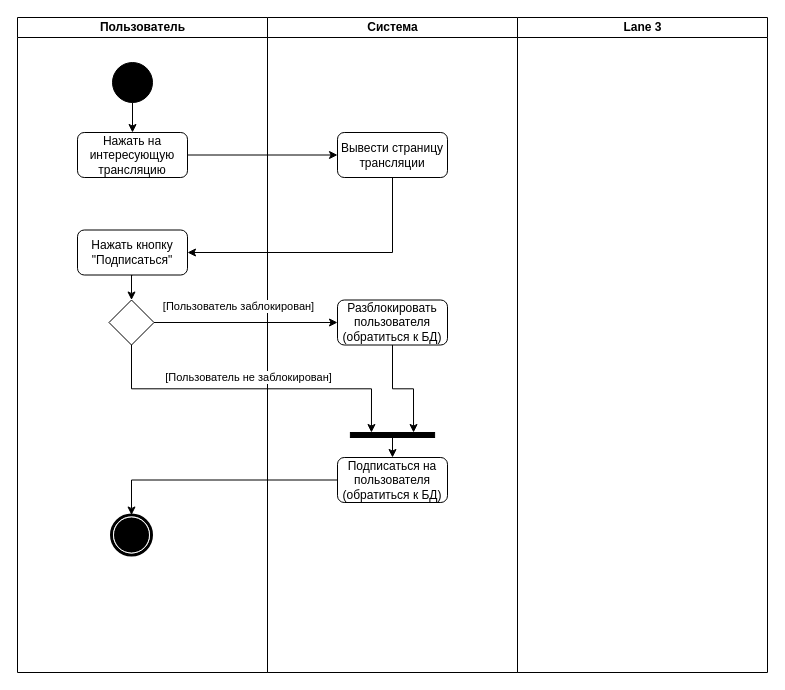
Before: page "Копия Page-1" (2 of 2) of Курсовая Работа/Архитектура/Диаграмма деятельности.drawio in FaceMan01/Homework, a draw.io diagram. Source tidied: cells renumbered, new cells numbered last; positions are measured from the earlier drawing's top-left corner, leaving out a move shared by most shapes. Both pictures are drawn from the tidied source at 100%, with x=0, y=0 at pixel (17, 17).
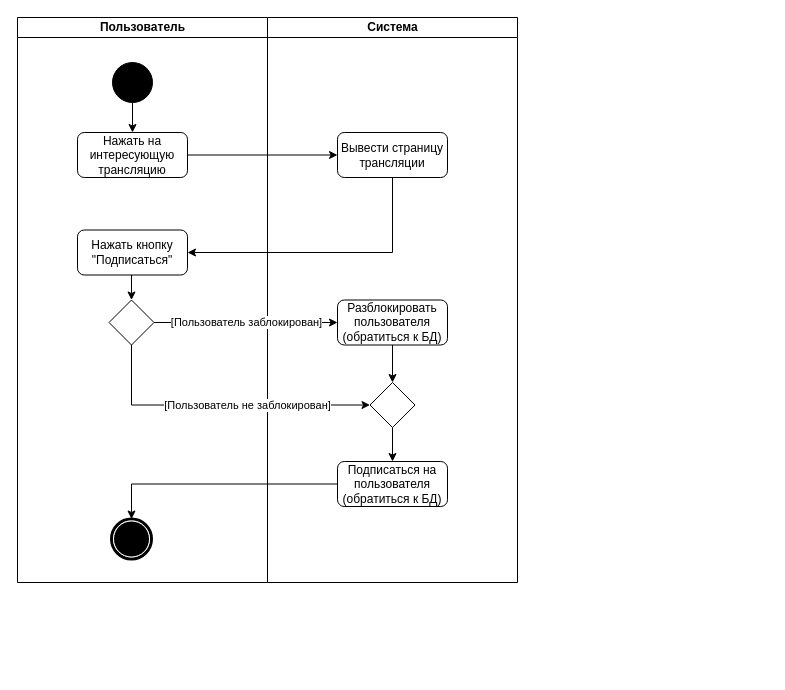
The same page after the edit.

Unchanged cells that the change refers to:
```xml
<mxCell id="9" style="rhombus;whiteSpace=wrap;html=1;" parent="6" vertex="1">
  <mxGeometry x="-158.5" y="282.5" width="45" height="45" as="geometry" />
</mxCell>
<mxCell id="12" value="Разблокировать пользователя&lt;div&gt;(обратиться к БД)&lt;/div&gt;" style="rounded=1;whiteSpace=wrap;html=1;" parent="6" vertex="1">
  <mxGeometry x="70" y="282.5" width="110" height="45" as="geometry" />
</mxCell>
```

The edit, as a diff of the source:
```diff
@@
     <mxCell id="2" value="Пользователь" style="swimlane;html=1;startSize=20;" parent="1" vertex="1">
-      <mxGeometry width="250" height="655" as="geometry" />
+      <mxGeometry width="250" height="565" as="geometry" />
     </mxCell>
@@
     <mxCell id="6" value="Система" style="swimlane;html=1;startSize=20;" parent="1" vertex="1">
-      <mxGeometry x="250" width="250" height="655" as="geometry" />
+      <mxGeometry x="250" width="250" height="565" as="geometry" />
     </mxCell>
@@
+    <mxCell id="17" value="[Пользователь не заблокирован]" style="edgeStyle=orthogonalEdgeStyle;rounded=0;jettySize=auto;html=1;exitX=0.5;exitY=1;exitDx=0;exitDy=0;entryX=0;entryY=0.5;entryDx=0;entryDy=0;" parent="6" edge="1" source="9" target="29">
+      <mxGeometry x="0.18" relative="1" as="geometry" />
+    </mxCell>
@@
-    <mxCell id="10" style="shape=mxgraph.bpmn.shape;html=1;verticalLabelPosition=bottom;labelBackgroundColor=#ffffff;verticalAlign=top;perimeter=ellipsePerimeter;outline=end;symbol=terminate;rounded=0;shadow=0;comic=0;strokeWidth=1;fontFamily=Verdana;fontSize=12;align=center;" parent="6" vertex="1">
-      <mxGeometry x="-156" y="497.5" width="40" height="40" as="geometry" />
-    </mxCell>
-    <mxCell id="11" style="edgeStyle=orthogonalEdgeStyle;rounded=0;jettySize=auto;html=1;exitX=0.5;exitY=1;exitDx=0;exitDy=0;entryX=0.75;entryY=0;entryDx=0;entryDy=0;" parent="6" edge="1" source="12" target="22">
-      <mxGeometry relative="1" as="geometry" />
-    </mxCell>
+    <mxCell id="25" style="shape=mxgraph.bpmn.shape;html=1;verticalLabelPosition=bottom;labelBackgroundColor=#ffffff;verticalAlign=top;perimeter=ellipsePerimeter;outline=end;symbol=terminate;rounded=0;shadow=0;comic=0;strokeWidth=1;fontFamily=Verdana;fontSize=12;align=center;" parent="6" vertex="1">
+      <mxGeometry x="-156" y="501.5" width="40" height="40" as="geometry" />
+    </mxCell>
+    <mxCell id="26" style="edgeStyle=orthogonalEdgeStyle;rounded=0;jettySize=auto;html=1;exitX=0.5;exitY=1;exitDx=0;exitDy=0;entryX=0.5;entryY=0;entryDx=0;entryDy=0;" parent="6" edge="1" source="12" target="29">
+      <mxGeometry relative="1" as="geometry" />
+    </mxCell>
@@
     <mxCell id="13" value="Подписаться на пользователя&lt;div&gt;(&lt;span style=&quot;background-color: initial;&quot;&gt;обратиться к БД&lt;/span&gt;&lt;span style=&quot;background-color: initial;&quot;&gt;)&lt;/span&gt;&lt;/div&gt;" style="rounded=1;whiteSpace=wrap;html=1;" parent="6" vertex="1">
-      <mxGeometry x="70" y="440" width="110" height="45" as="geometry" />
+      <mxGeometry x="70" y="444" width="110" height="45" as="geometry" />
     </mxCell>
-    <mxCell id="14" style="edgeStyle=orthogonalEdgeStyle;rounded=0;jettySize=auto;html=1;exitX=1;exitY=0.5;exitDx=0;exitDy=0;" parent="6" edge="1" source="9" target="12">
-      <mxGeometry relative="1" as="geometry" />
-    </mxCell>
-    <mxCell id="15" value="[Пользователь заблокирован]" style="edgeLabel;html=1;align=center;verticalAlign=middle;" parent="14" vertex="1">
-      <mxGeometry x="-0.46" y="1" relative="1" as="geometry">
-        <mxPoint x="34" y="-16" as="offset" />
-      </mxGeometry>
+    <mxCell id="15" value="[Пользователь заблокирован]" style="edgeStyle=orthogonalEdgeStyle;rounded=0;jettySize=auto;html=1;exitX=1;exitY=0.5;exitDx=0;exitDy=0;" parent="6" edge="1" source="9" target="12">
+      <mxGeometry relative="1" as="geometry" />
     </mxCell>
-    <mxCell id="16" style="edgeStyle=orthogonalEdgeStyle;rounded=0;jettySize=auto;html=1;exitX=0.5;exitY=1;exitDx=0;exitDy=0;entryX=0.25;entryY=0;entryDx=0;entryDy=0;" parent="6" edge="1" source="9" target="22">
-      <mxGeometry relative="1" as="geometry" />
-    </mxCell>
-    <mxCell id="17" value="[Пользователь не заблокирован]" style="edgeLabel;html=1;align=center;verticalAlign=middle;" parent="16" vertex="1">
-      <mxGeometry x="0.19" y="2" relative="1" as="geometry">
-        <mxPoint x="-35" y="-10" as="offset" />
-      </mxGeometry>
-    </mxCell>
-    <mxCell id="18" style="edgeStyle=orthogonalEdgeStyle;rounded=0;jettySize=auto;html=1;exitX=0;exitY=0.5;exitDx=0;exitDy=0;entryX=0.5;entryY=0;entryDx=0;entryDy=0;" parent="6" edge="1" source="13" target="10">
-      <mxGeometry relative="1" as="geometry" />
-    </mxCell>
+    <mxCell id="27" style="edgeStyle=orthogonalEdgeStyle;rounded=0;jettySize=auto;html=1;exitX=0;exitY=0.5;exitDx=0;exitDy=0;entryX=0.5;entryY=0;entryDx=0;entryDy=0;" parent="6" edge="1" source="13" target="25">
+      <mxGeometry relative="1" as="geometry" />
+    </mxCell>
@@
-    <mxCell id="21" style="edgeStyle=orthogonalEdgeStyle;rounded=0;jettySize=auto;html=1;exitX=0.5;exitY=1;exitDx=0;exitDy=0;entryX=0.5;entryY=0;entryDx=0;entryDy=0;" parent="6" edge="1" source="22" target="13">
-      <mxGeometry relative="1" as="geometry" />
-    </mxCell>
-    <mxCell id="22" style="whiteSpace=wrap;html=1;rounded=0;shadow=0;comic=0;labelBackgroundColor=none;strokeWidth=1;fillColor=#000000;fontFamily=Verdana;fontSize=12;align=center;rotation=0;" parent="6" vertex="1">
-      <mxGeometry x="82.9" y="415" width="84.2" height="5" as="geometry" />
-    </mxCell>
-    <mxCell id="23" value="Lane 3" style="swimlane;html=1;startSize=20;" parent="1" vertex="1">
-      <mxGeometry x="500" width="250" height="655" as="geometry" />
-    </mxCell>
+    <mxCell id="28" style="edgeStyle=orthogonalEdgeStyle;rounded=0;jettySize=auto;html=1;exitX=0.5;exitY=1;exitDx=0;exitDy=0;entryX=0.5;entryY=0;entryDx=0;entryDy=0;" parent="6" edge="1" source="29" target="13">
+      <mxGeometry relative="1" as="geometry" />
+    </mxCell>
+    <mxCell id="29" style="rhombus;whiteSpace=wrap;html=1;" parent="6" vertex="1">
+      <mxGeometry x="102.5" y="365" width="45" height="45" as="geometry" />
+    </mxCell>
```
